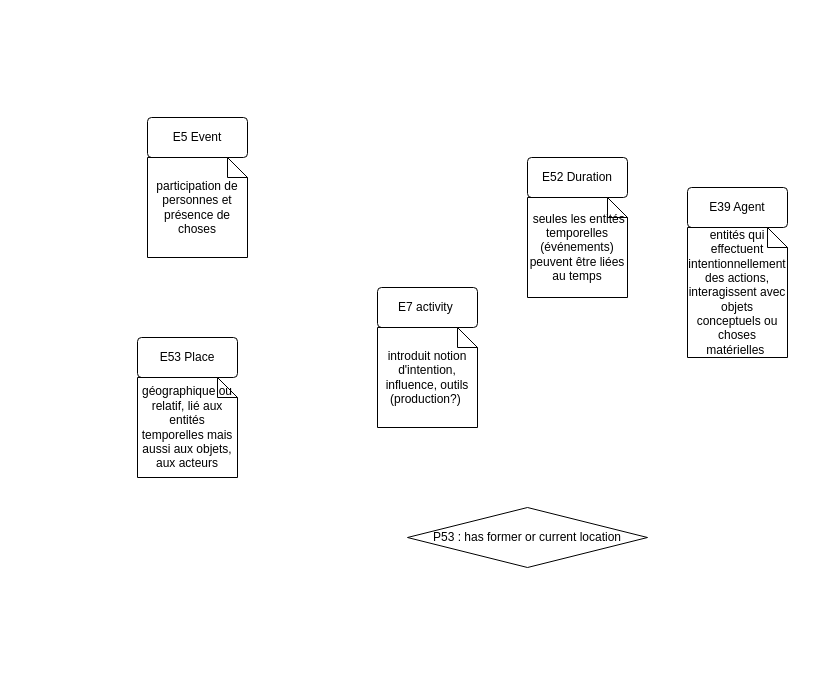
Above: CIDOC CRM.drawio in Oeconomo/Mexican_natures (draw.io), before the change. Source tidied: cells renumbered, new cells numbered last; positions are measured from the earlier drawing's top-left corner, leaving out a move shared by most shapes. Both pictures are drawn from the tidied source at 100%, with x=0, y=0 at pixel (137, 117).
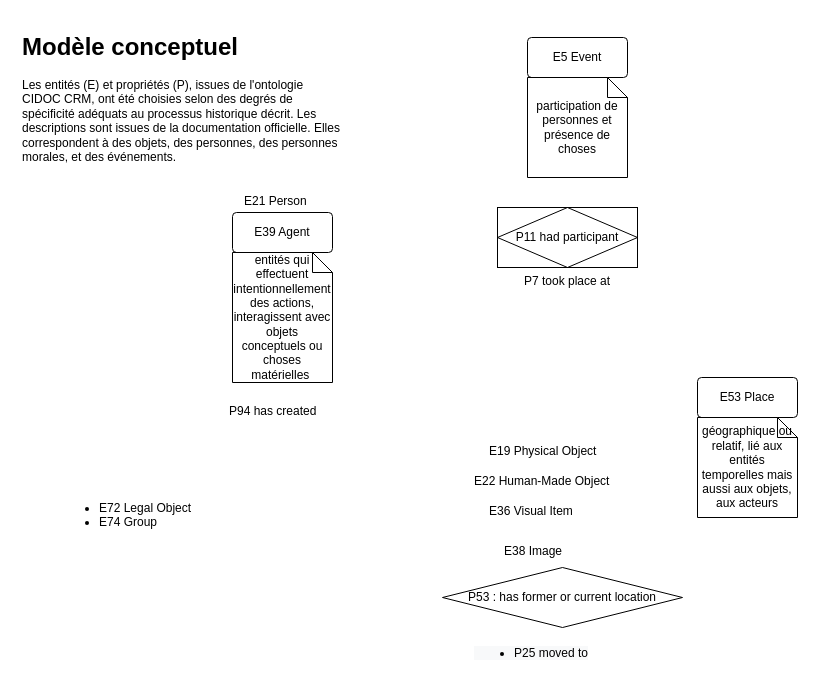
Above is the later version.

Change to the diagram source:
```diff
@@
 <mxGraphModel>
   <root>
     <mxCell id="0" />
     <mxCell id="1" parent="0" />
     <mxCell id="2" value="E5 Event" style="rounded=1;arcSize=10;whiteSpace=wrap;html=1;align=center;" parent="1" vertex="1">
-      <mxGeometry x="10" width="100" height="40" as="geometry" />
+      <mxGeometry x="390" y="-80" width="100" height="40" as="geometry" />
     </mxCell>
     <mxCell id="3" value="&lt;div&gt;participation de personnes et présence de choses&lt;/div&gt;" style="shape=note;size=20;whiteSpace=wrap;html=1;" parent="1" vertex="1">
-      <mxGeometry x="10" y="40" width="100" height="100" as="geometry" />
+      <mxGeometry x="390" y="-40" width="100" height="100" as="geometry" />
     </mxCell>
-    <mxCell id="4" value="&lt;div&gt;E7 activity&amp;nbsp;&lt;/div&gt;" style="rounded=1;arcSize=10;whiteSpace=wrap;html=1;align=center;" parent="1" vertex="1">
-      <mxGeometry x="240" y="170" width="100" height="40" as="geometry" />
-    </mxCell>
-    <mxCell id="5" value="&lt;div&gt;introduit notion d'intention, influence, outils  (production?)&amp;nbsp;&lt;/div&gt;" style="shape=note;size=20;whiteSpace=wrap;html=1;" parent="1" vertex="1">
-      <mxGeometry x="240" y="210" width="100" height="100" as="geometry" />
-    </mxCell>
-    <mxCell id="6" value="E52 Duration" style="rounded=1;arcSize=10;whiteSpace=wrap;html=1;align=center;" parent="1" vertex="1">
-      <mxGeometry x="390" y="40" width="100" height="40" as="geometry" />
-    </mxCell>
-    <mxCell id="7" value="&lt;div&gt;&amp;nbsp;seules les entités temporelles (événements) peuvent être liées au temps&lt;/div&gt;" style="shape=note;size=20;whiteSpace=wrap;html=1;" parent="1" vertex="1">
-      <mxGeometry x="390" y="80" width="100" height="100" as="geometry" />
-    </mxCell>
     <mxCell id="8" value="&lt;div&gt;&lt;/div&gt;E53 Place" style="rounded=1;arcSize=10;whiteSpace=wrap;html=1;align=center;" parent="1" vertex="1">
-      <mxGeometry y="220" width="100" height="40" as="geometry" />
+      <mxGeometry x="560" y="260" width="100" height="40" as="geometry" />
     </mxCell>
     <mxCell id="9" value="&lt;div&gt;&lt;div&gt;géographique ou relatif, lié aux entités temporelles mais aussi aux objets, aux acteurs&lt;/div&gt;&lt;/div&gt;" style="shape=note;size=20;whiteSpace=wrap;html=1;" parent="1" vertex="1">
-      <mxGeometry y="260" width="100" height="100" as="geometry" />
+      <mxGeometry x="560" y="300" width="100" height="100" as="geometry" />
     </mxCell>
     <mxCell id="10" value="&lt;div&gt;E39 Agent&lt;/div&gt;" style="rounded=1;arcSize=10;whiteSpace=wrap;html=1;align=center;" parent="1" vertex="1">
-      <mxGeometry x="550" y="70" width="100" height="40" as="geometry" />
+      <mxGeometry x="95" y="95" width="100" height="40" as="geometry" />
     </mxCell>
     <mxCell id="11" value="&lt;div&gt;entités qui effectuent intentionnellement des actions, interagissent avec objets conceptuels ou choses matérielles&amp;nbsp;&lt;/div&gt;" style="shape=note;size=20;whiteSpace=wrap;html=1;" parent="1" vertex="1">
-      <mxGeometry x="550" y="110" width="100" height="130" as="geometry" />
+      <mxGeometry x="95" y="135" width="100" height="130" as="geometry" />
     </mxCell>
     <mxCell id="12" value="&lt;div&gt;&lt;div&gt;P53 : has former or current location&lt;/div&gt;&lt;/div&gt;" style="shape=rhombus;perimeter=rhombusPerimeter;whiteSpace=wrap;html=1;align=center;" parent="1" vertex="1">
-      <mxGeometry x="270" y="390" width="240" height="60" as="geometry" />
+      <mxGeometry x="305" y="450" width="240" height="60" as="geometry" />
     </mxCell>
+    <mxCell id="13" value="P11 had participant" style="shape=associativeEntity;whiteSpace=wrap;html=1;align=center;" parent="1" vertex="1">
+      <mxGeometry x="360" y="90" width="140" height="60" as="geometry" />
+    </mxCell>
+    <mxCell id="14" value="&lt;div data-pm-slice=&quot;1 1 [&amp;quot;ul&amp;quot;,null,&amp;quot;li&amp;quot;,{&amp;quot;style&amp;quot;:null,&amp;quot;checked&amp;quot;:null,&amp;quot;value&amp;quot;:null,&amp;quot;displayValue&amp;quot;:null,&amp;quot;backgroundColor&amp;quot;:null,&amp;quot;color&amp;quot;:null,&amp;quot;listStyleType&amp;quot;:null}]&quot;&gt;E19 Physical Object&lt;/div&gt;" style="text;whiteSpace=wrap;html=1;" parent="1" vertex="1">
+      <mxGeometry x="350" y="320" width="130" height="30" as="geometry" />
+    </mxCell>
+    <mxCell id="15" value="&lt;div data-pm-slice=&quot;1 1 [&amp;quot;ul&amp;quot;,null,&amp;quot;li&amp;quot;,{&amp;quot;style&amp;quot;:null,&amp;quot;checked&amp;quot;:null,&amp;quot;value&amp;quot;:null,&amp;quot;displayValue&amp;quot;:null,&amp;quot;backgroundColor&amp;quot;:null,&amp;quot;color&amp;quot;:null,&amp;quot;listStyleType&amp;quot;:null}]&quot;&gt;E21 Person&lt;/div&gt;" style="text;whiteSpace=wrap;html=1;" parent="1" vertex="1">
+      <mxGeometry x="105" y="70" width="90" height="30" as="geometry" />
+    </mxCell>
+    <mxCell id="16" value="&lt;div data-pm-slice=&quot;1 1 [&amp;quot;ul&amp;quot;,null,&amp;quot;li&amp;quot;,{&amp;quot;style&amp;quot;:null,&amp;quot;checked&amp;quot;:null,&amp;quot;value&amp;quot;:null,&amp;quot;displayValue&amp;quot;:null,&amp;quot;backgroundColor&amp;quot;:null,&amp;quot;color&amp;quot;:null,&amp;quot;listStyleType&amp;quot;:null}]&quot;&gt;E22 Human-Made Object&lt;/div&gt;" style="text;whiteSpace=wrap;html=1;" parent="1" vertex="1">
+      <mxGeometry x="335" y="350" width="160" height="30" as="geometry" />
+    </mxCell>
+    <mxCell id="17" value="&lt;div data-pm-slice=&quot;1 1 [&amp;quot;ul&amp;quot;,null,&amp;quot;li&amp;quot;,{&amp;quot;style&amp;quot;:null,&amp;quot;checked&amp;quot;:null,&amp;quot;value&amp;quot;:null,&amp;quot;displayValue&amp;quot;:null,&amp;quot;backgroundColor&amp;quot;:null,&amp;quot;color&amp;quot;:null,&amp;quot;listStyleType&amp;quot;:null}]&quot;&gt;E36 Visual Item&lt;/div&gt;" style="text;whiteSpace=wrap;html=1;" parent="1" vertex="1">
+      <mxGeometry x="350" y="380" width="110" height="30" as="geometry" />
+    </mxCell>
+    <mxCell id="18" value="&lt;div data-pm-slice=&quot;1 1 [&amp;quot;ul&amp;quot;,null,&amp;quot;li&amp;quot;,{&amp;quot;style&amp;quot;:null,&amp;quot;checked&amp;quot;:null,&amp;quot;value&amp;quot;:null,&amp;quot;displayValue&amp;quot;:null,&amp;quot;backgroundColor&amp;quot;:null,&amp;quot;color&amp;quot;:null,&amp;quot;listStyleType&amp;quot;:null}]&quot;&gt;E38 Image&lt;/div&gt;" style="text;whiteSpace=wrap;html=1;" parent="1" vertex="1">
+      <mxGeometry x="365" y="420" width="80" height="30" as="geometry" />
+    </mxCell>
+    <mxCell id="19" value="&lt;ul&gt;&lt;li&gt;&lt;div&gt;E72 Legal Object&lt;/div&gt;&lt;/li&gt;&lt;li&gt;&lt;div&gt;E74 Group&lt;/div&gt;&lt;/li&gt;&lt;/ul&gt;" style="text;whiteSpace=wrap;html=1;" parent="1" vertex="1">
+      <mxGeometry x="-80" y="365" width="160" height="70" as="geometry" />
+    </mxCell>
+    <mxCell id="20" value="&lt;div data-pm-slice=&quot;1 1 [&amp;quot;ul&amp;quot;,null,&amp;quot;li&amp;quot;,{&amp;quot;style&amp;quot;:null,&amp;quot;checked&amp;quot;:null,&amp;quot;value&amp;quot;:null,&amp;quot;displayValue&amp;quot;:null,&amp;quot;backgroundColor&amp;quot;:null,&amp;quot;color&amp;quot;:null,&amp;quot;listStyleType&amp;quot;:null}]&quot;&gt;P7 took place at&lt;/div&gt;" style="text;whiteSpace=wrap;html=1;" parent="1" vertex="1">
+      <mxGeometry x="385" y="150" width="110" height="30" as="geometry" />
+    </mxCell>
+    <mxCell id="21" value="&lt;div data-pm-slice=&quot;1 1 [&amp;quot;ul&amp;quot;,null,&amp;quot;li&amp;quot;,{&amp;quot;style&amp;quot;:null,&amp;quot;checked&amp;quot;:null,&amp;quot;value&amp;quot;:null,&amp;quot;displayValue&amp;quot;:null,&amp;quot;backgroundColor&amp;quot;:null,&amp;quot;color&amp;quot;:null,&amp;quot;listStyleType&amp;quot;:null}]&quot;&gt;P94 has created&lt;/div&gt;" style="text;whiteSpace=wrap;html=1;" parent="1" vertex="1">
+      <mxGeometry x="90" y="280" width="110" height="30" as="geometry" />
+    </mxCell>
+    <mxCell id="22" value="&lt;ul style=&quot;color: rgb(0, 0, 0); font-family: Helvetica; font-size: 12px; font-style: normal; font-variant-ligatures: normal; font-variant-caps: normal; font-weight: 400; letter-spacing: normal; orphans: 2; text-align: left; text-indent: 0px; text-transform: none; widows: 2; word-spacing: 0px; -webkit-text-stroke-width: 0px; background-color: rgb(248, 249, 250); text-decoration-thickness: initial; text-decoration-style: initial; text-decoration-color: initial;&quot;&gt;&lt;li&gt;&lt;div&gt;P25 moved to&lt;/div&gt;&lt;/li&gt;&lt;/ul&gt;" style="text;whiteSpace=wrap;html=1;" parent="1" vertex="1">
+      <mxGeometry x="335" y="510" width="140" height="50" as="geometry" />
+    </mxCell>
+    <mxCell id="23" value="&lt;h1&gt;Modèle conceptuel&lt;/h1&gt;&lt;p&gt;Les entités (E) et propriétés (P), issues de l'ontologie CIDOC CRM, ont été choisies selon des degrés de spécificité adéquats au processus historique décrit. Les descriptions sont issues de la documentation officielle. Elles correspondent à des objets, des personnes, des personnes morales, et des événements.&lt;/p&gt;" style="text;html=1;strokeColor=none;fillColor=none;spacing=5;spacingTop=-20;whiteSpace=wrap;overflow=hidden;rounded=0;" parent="1" vertex="1">
+      <mxGeometry x="-120" y="-90" width="330" height="160" as="geometry" />
+    </mxCell>
   </root>
 </mxGraphModel>
```
